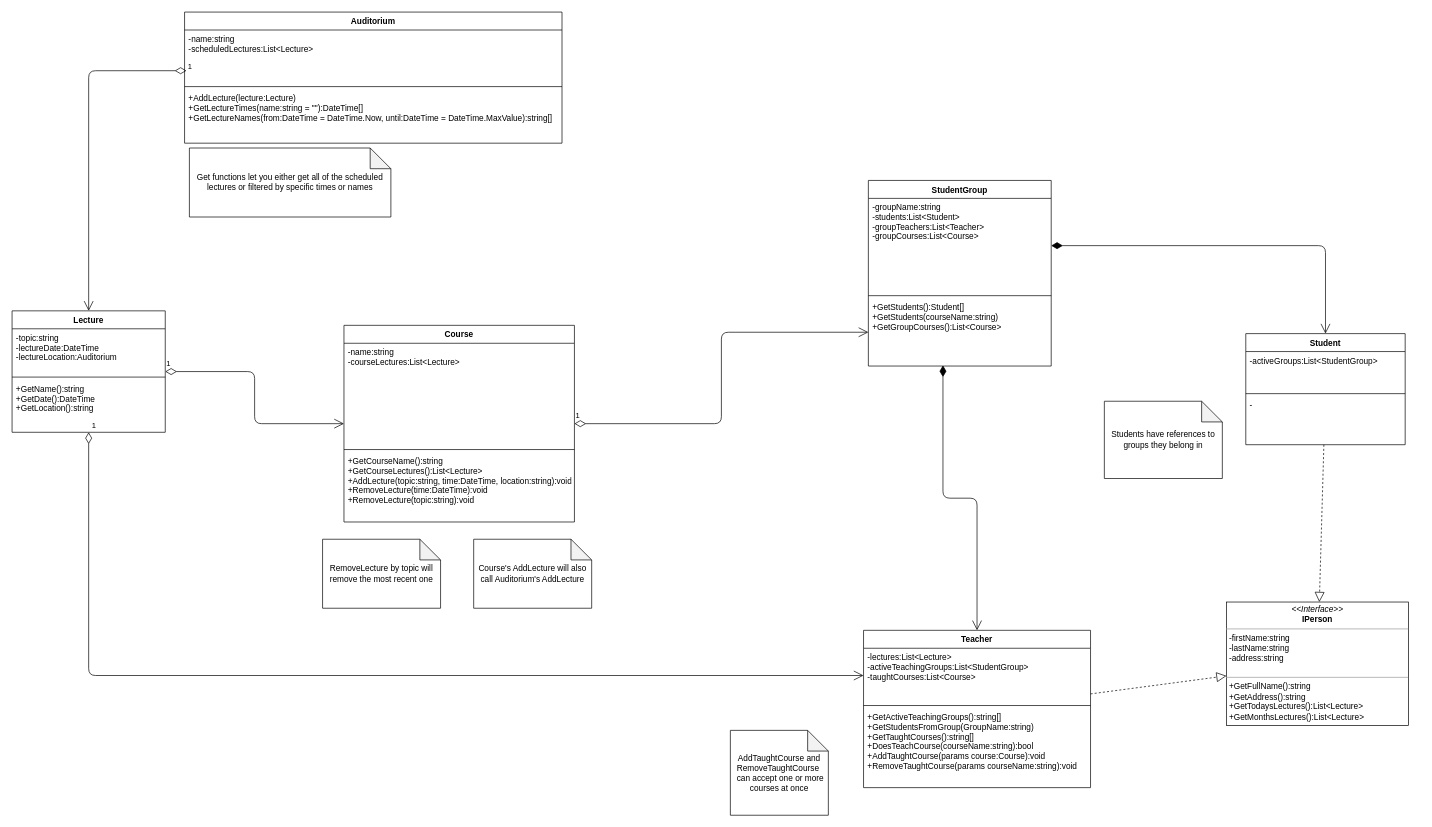
Earlier version of the draw.io diagram University.drawio (igor2080/University). Source tidied: cells renumbered, new cells numbered last; positions are measured from the earlier drawing's top-left corner, leaving out a move shared by most shapes. Both pictures are drawn from the tidied source at 69%, with x=0, y=0 at pixel (12, 12).
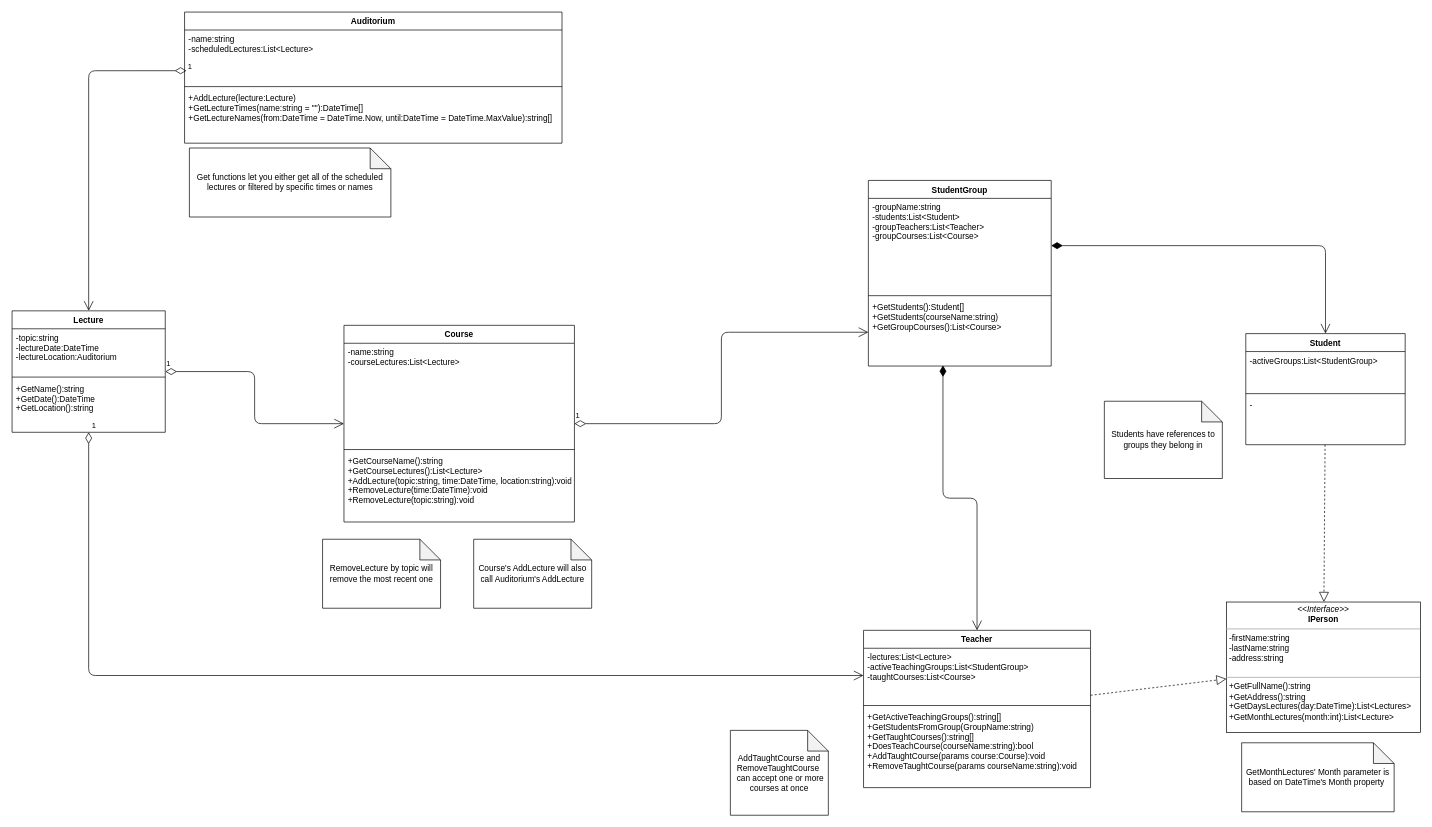
After the change.

Commit message (it also covers changes not shown here):
changed get day/month lectures to have user input

The edit, as a diff of the source:
```diff
@@
-    <mxCell id="27" value="&lt;p style=&quot;margin: 0px ; margin-top: 4px ; text-align: center&quot;&gt;&lt;i&gt;&amp;lt;&amp;lt;Interface&amp;gt;&amp;gt;&lt;/i&gt;&lt;br&gt;&lt;b&gt;IPerson&lt;/b&gt;&lt;/p&gt;&lt;hr size=&quot;1&quot;&gt;&lt;p style=&quot;margin: 0px ; margin-left: 4px&quot;&gt;-firstName:string&lt;br&gt;-lastName:string&lt;br&gt;-address:string&lt;br&gt;&lt;br&gt;&lt;/p&gt;&lt;hr size=&quot;1&quot;&gt;&lt;p style=&quot;margin: 0px ; margin-left: 4px&quot;&gt;&lt;span&gt;+GetFullName():string&lt;/span&gt;&lt;br&gt;&lt;/p&gt;&lt;p style=&quot;margin: 0px ; margin-left: 4px&quot;&gt;+GetAddress():string&lt;/p&gt;&lt;p style=&quot;margin: 0px ; margin-left: 4px&quot;&gt;+GetTodaysLectures():List&amp;lt;Lecture&amp;gt;&lt;br style=&quot;padding: 0px ; margin: 0px&quot;&gt;+GetMonthsLectures():List&amp;lt;Lecture&amp;gt;&lt;br&gt;&lt;br&gt;&lt;/p&gt;" style="verticalAlign=top;align=left;overflow=fill;fontSize=12;fontFamily=Helvetica;html=1;" parent="1" vertex="1">
-      <mxGeometry x="1760" y="855" width="264" height="179" as="geometry" />
+    <mxCell id="27" value="&lt;p style=&quot;margin: 0px ; margin-top: 4px ; text-align: center&quot;&gt;&lt;i&gt;&amp;lt;&amp;lt;Interface&amp;gt;&amp;gt;&lt;/i&gt;&lt;br&gt;&lt;b&gt;IPerson&lt;/b&gt;&lt;/p&gt;&lt;hr size=&quot;1&quot;&gt;&lt;p style=&quot;margin: 0px ; margin-left: 4px&quot;&gt;-firstName:string&lt;br&gt;-lastName:string&lt;br&gt;-address:string&lt;br&gt;&lt;br&gt;&lt;/p&gt;&lt;hr size=&quot;1&quot;&gt;&lt;p style=&quot;margin: 0px ; margin-left: 4px&quot;&gt;&lt;span&gt;+GetFullName():string&lt;/span&gt;&lt;br&gt;&lt;/p&gt;&lt;p style=&quot;margin: 0px ; margin-left: 4px&quot;&gt;+GetAddress():string&lt;/p&gt;&lt;p style=&quot;margin: 0px ; margin-left: 4px&quot;&gt;+GetDaysLectures(day:DateTime):List&amp;lt;Lectures&amp;gt;&lt;br style=&quot;padding: 0px ; margin: 0px&quot;&gt;+GetMonthLectures(month:int):List&amp;lt;Lecture&amp;gt;&lt;br&gt;&lt;br&gt;&lt;/p&gt;" style="verticalAlign=top;align=left;overflow=fill;fontSize=12;fontFamily=Helvetica;html=1;" parent="1" vertex="1">
+      <mxGeometry x="1760" y="855" width="281" height="189" as="geometry" />
     </mxCell>
@@
+    <mxCell id="40" value="&lt;span style=&quot;text-align: left&quot;&gt;GetMonthLectures'&amp;nbsp;&lt;/span&gt;Month parameter is based on DateTime's Month property&amp;nbsp;" style="shape=note;whiteSpace=wrap;html=1;backgroundOutline=1;darkOpacity=0.05;" parent="1" vertex="1">
+      <mxGeometry x="1782" y="1059" width="221" height="100" as="geometry" />
+    </mxCell>
```
